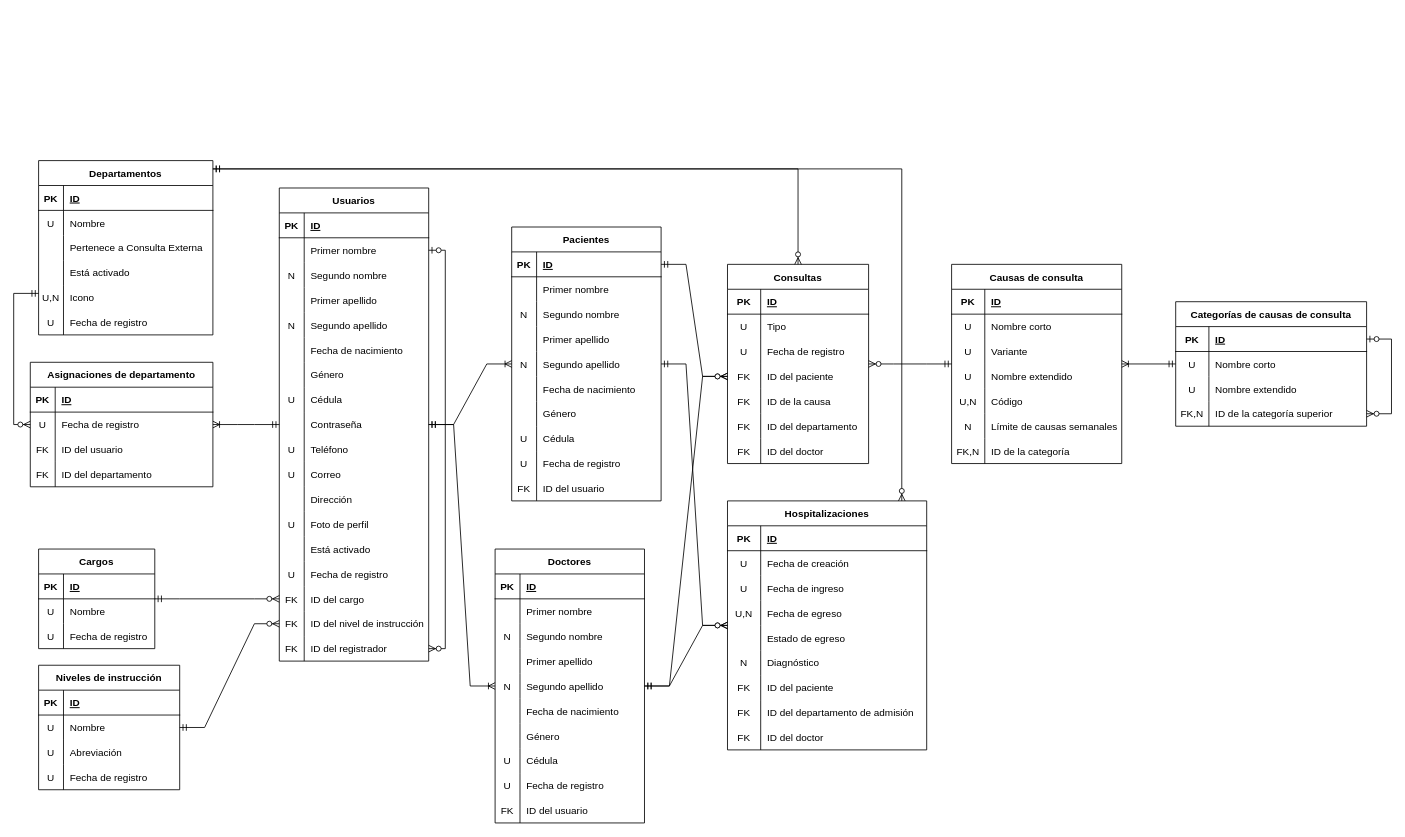
Earlier version of the draw.io diagram page "Modelo Relacional" (4 of 7) of docs/Diagramas.drawio (fadrian06/haju). Source tidied: cells renumbered, new cells numbered last; positions are measured from the earlier drawing's top-left corner, leaving out a move shared by most shapes. Both pictures are drawn from the tidied source at 83%, with x=0, y=0 at pixel (13, 160).
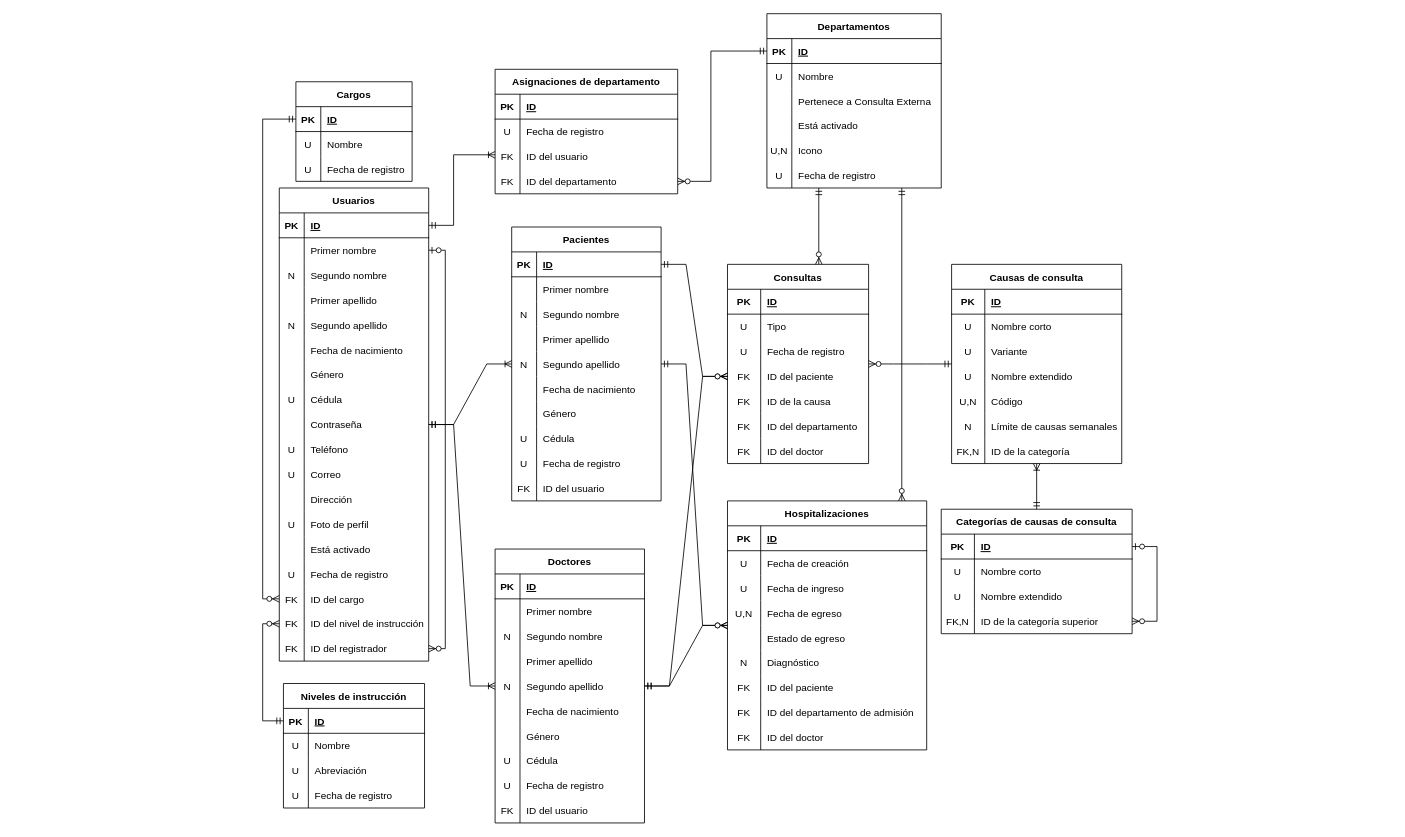
After the change.

The change refers to these unchanged cells:
```xml
<mxCell id="2" value="Usuarios" style="shape=table;startSize=30;childLayout=tableLayout;rowLines=0;fontStyle=1;align=center;" parent="1" vertex="1">
  <mxGeometry x="320" y="33" width="180" height="570" as="geometry" />
</mxCell>
<mxCell id="3" style="shape=tableRow;horizontal=0;startSize=0;swimlaneHead=0;swimlaneBody=0;fillColor=none;points=[[0,0.5],[1,0.5]];portConstraint=eastwest;top=0;left=0;right=0;bottom=1;" parent="2" vertex="1">
  <mxGeometry y="30" width="180" height="30" as="geometry" />
</mxCell>
<mxCell id="48" style="shape=tableRow;horizontal=0;startSize=0;swimlaneHead=0;swimlaneBody=0;fillColor=none;points=[[0,0.5],[1,0.5]];portConstraint=eastwest;top=0;left=0;right=0;bottom=0;" parent="2" vertex="1">
  <mxGeometry y="480" width="180" height="30" as="geometry" />
</mxCell>
<mxCell id="51" style="shape=tableRow;horizontal=0;startSize=0;swimlaneHead=0;swimlaneBody=0;fillColor=none;points=[[0,0.5],[1,0.5]];portConstraint=eastwest;top=0;left=0;right=0;bottom=0;" parent="2" vertex="1">
  <mxGeometry y="510" width="180" height="30" as="geometry" />
</mxCell>
<mxCell id="59" style="shape=tableRow;horizontal=0;startSize=0;swimlaneHead=0;swimlaneBody=0;fillColor=none;points=[[0,0.5],[1,0.5]];portConstraint=eastwest;top=0;left=0;right=0;bottom=1;" parent="58" vertex="1">
  <mxGeometry y="30" width="140" height="30" as="geometry" />
</mxCell>
<mxCell id="70" style="shape=tableRow;horizontal=0;startSize=0;swimlaneHead=0;swimlaneBody=0;fillColor=none;points=[[0,0.5],[1,0.5]];portConstraint=eastwest;top=0;left=0;right=0;bottom=1;fontSize=12;" parent="69" vertex="1">
  <mxGeometry y="30" width="170" height="30" as="geometry" />
</mxCell>
<mxCell id="115" style="shape=tableRow;horizontal=0;startSize=0;swimlaneHead=0;swimlaneBody=0;fillColor=none;points=[[0,0.5],[1,0.5]];portConstraint=eastwest;top=0;left=0;right=0;bottom=1;" parent="114" vertex="1">
  <mxGeometry y="30" width="210" height="30" as="geometry" />
</mxCell>
<mxCell id="143" style="shape=tableRow;horizontal=0;startSize=0;swimlaneHead=0;swimlaneBody=0;fillColor=none;points=[[0,0.5],[1,0.5]];portConstraint=eastwest;top=0;left=0;right=0;bottom=0;" parent="133" vertex="1">
  <mxGeometry y="120" width="220" height="30" as="geometry" />
</mxCell>
<mxCell id="218" value="Consultas" style="shape=table;startSize=30;childLayout=tableLayout;rowLines=0;fontStyle=1;align=center;" parent="1" vertex="1">
  <mxGeometry x="860" y="125" width="170" height="240" as="geometry" />
</mxCell>
<mxCell id="244" value="Hospitalizaciones" style="shape=table;startSize=30;childLayout=tableLayout;rowLines=0;fontStyle=1;align=center;" parent="1" vertex="1">
  <mxGeometry x="860" y="410" width="240" height="300" as="geometry" />
</mxCell>
```

The edit, as a diff of the source:
```diff
@@
     <mxCell id="58" value="Cargos" style="shape=table;startSize=30;childLayout=tableLayout;rowLines=0;fontStyle=1;align=center;" parent="1" vertex="1">
-      <mxGeometry x="30" y="468" width="140" height="120" as="geometry" />
+      <mxGeometry x="340" y="-95" width="140" height="120" as="geometry" />
     </mxCell>
@@
-    <mxCell id="68" style="edgeStyle=entityRelationEdgeStyle;fontSize=12;html=1;endArrow=ERzeroToMany;startArrow=ERmandOne;rounded=0;strokeWidth=1;endSize=6;jumpSize=6;startSize=6;sourcePerimeterSpacing=0;" parent="1" edge="1" source="58" target="48">
-      <mxGeometry relative="1" as="geometry" />
+    <mxCell id="68" style="edgeStyle=orthogonalEdgeStyle;fontSize=12;html=1;endArrow=ERzeroToMany;startArrow=ERmandOne;rounded=0;strokeWidth=1;endSize=6;jumpSize=6;startSize=6;sourcePerimeterSpacing=0;" parent="1" edge="1" source="59" target="48">
+      <mxGeometry relative="1" as="geometry">
+        <Array as="points">
+          <mxPoint x="300" y="-50" />
+          <mxPoint x="300" y="528" />
+        </Array>
+      </mxGeometry>
     </mxCell>
     <mxCell id="69" value="Niveles de instrucción" style="shape=table;startSize=30;childLayout=tableLayout;rowLines=0;fontStyle=1;align=center;fontSize=12;" parent="1" vertex="1">
-      <mxGeometry x="30" y="608" width="170" height="150" as="geometry" />
+      <mxGeometry x="325" y="630" width="170" height="150" as="geometry" />
     </mxCell>
@@
-    <mxCell id="82" style="edgeStyle=entityRelationEdgeStyle;fontSize=12;html=1;endArrow=ERzeroToMany;startArrow=ERmandOne;rounded=0;strokeWidth=1;startSize=6;endSize=6;sourcePerimeterSpacing=0;jumpSize=6;" parent="1" edge="1" source="69" target="51">
-      <mxGeometry relative="1" as="geometry" />
+    <mxCell id="82" style="fontSize=12;html=1;endArrow=ERzeroToMany;startArrow=ERmandOne;rounded=0;strokeWidth=1;startSize=6;endSize=6;sourcePerimeterSpacing=0;jumpSize=6;edgeStyle=orthogonalEdgeStyle;elbow=vertical;" parent="1" edge="1" source="70" target="51">
+      <mxGeometry relative="1" as="geometry">
+        <Array as="points">
+          <mxPoint x="300" y="675" />
+          <mxPoint x="300" y="558" />
+        </Array>
+      </mxGeometry>
     </mxCell>
@@
     <mxCell id="114" value="Departamentos" style="shape=table;startSize=30;childLayout=tableLayout;rowLines=0;fontStyle=1;align=center;" parent="1" vertex="1">
-      <mxGeometry x="30" width="210" height="210" as="geometry" />
+      <mxGeometry x="907.5" y="-177" width="210" height="210" as="geometry" />
     </mxCell>
@@
     <mxCell id="133" value="Asignaciones de departamento" style="shape=table;startSize=30;childLayout=tableLayout;rowLines=0;fontStyle=1;align=center;" parent="1" vertex="1">
-      <mxGeometry x="20" y="243" width="220" height="150" as="geometry" />
+      <mxGeometry x="580" y="-110" width="220" height="150" as="geometry" />
     </mxCell>
@@
-    <mxCell id="146" style="edgeStyle=elbowEdgeStyle;fontSize=12;html=1;endArrow=ERzeroToMany;startArrow=ERmandOne;rounded=0;" parent="1" edge="1" source="114" target="133">
+    <mxCell id="146" style="edgeStyle=elbowEdgeStyle;fontSize=12;html=1;endArrow=ERzeroToMany;startArrow=ERmandOne;rounded=0;" parent="1" edge="1" source="115" target="143">
       <mxGeometry relative="1" as="geometry">
         <Array as="points">
-          <mxPoint y="160" />
+          <mxPoint x="840" y="-30" />
         </Array>
       </mxGeometry>
     </mxCell>
-    <mxCell id="147" style="edgeStyle=entityRelationEdgeStyle;fontSize=12;html=1;endArrow=ERoneToMany;startArrow=ERmandOne;rounded=0;" parent="1" edge="1" source="2" target="133">
-      <mxGeometry relative="1" as="geometry" />
+    <mxCell id="147" style="edgeStyle=orthogonalEdgeStyle;fontSize=12;html=1;endArrow=ERoneToMany;startArrow=ERmandOne;rounded=0;" parent="1" edge="1" source="3" target="133">
+      <mxGeometry relative="1" as="geometry">
+        <Array as="points">
+          <mxPoint x="530" y="78" />
+          <mxPoint x="530" y="-7" />
+        </Array>
+      </mxGeometry>
     </mxCell>
@@
     <mxCell id="149" value="Categorías de causas de consulta" style="shape=table;startSize=30;childLayout=tableLayout;rowLines=0;fontStyle=1;align=center;" parent="1" vertex="1">
-      <mxGeometry x="1400" y="170" width="230" height="150" as="geometry" />
+      <mxGeometry x="1117.5" y="420" width="230" height="150" as="geometry" />
     </mxCell>
@@
     <mxCell id="243" style="edgeStyle=orthogonalEdgeStyle;fontSize=12;html=1;endArrow=ERzeroToMany;startArrow=ERmandOne;rounded=0;" parent="1" edge="1" source="114" target="218">
       <mxGeometry relative="1" as="geometry">
         <Array as="points">
-          <mxPoint x="945" y="10" />
+          <mxPoint x="970" y="80" />
+          <mxPoint x="970" y="80" />
         </Array>
       </mxGeometry>
     </mxCell>
@@
     <mxCell id="273" style="edgeStyle=orthogonalEdgeStyle;fontSize=12;html=1;endArrow=ERzeroToMany;startArrow=ERmandOne;rounded=0;" parent="1" edge="1" source="114" target="244">
       <mxGeometry relative="1" as="geometry">
         <Array as="points">
-          <mxPoint x="1070" y="10" />
+          <mxPoint x="1070" y="380" />
+          <mxPoint x="1070" y="380" />
         </Array>
       </mxGeometry>
     </mxCell>
```
